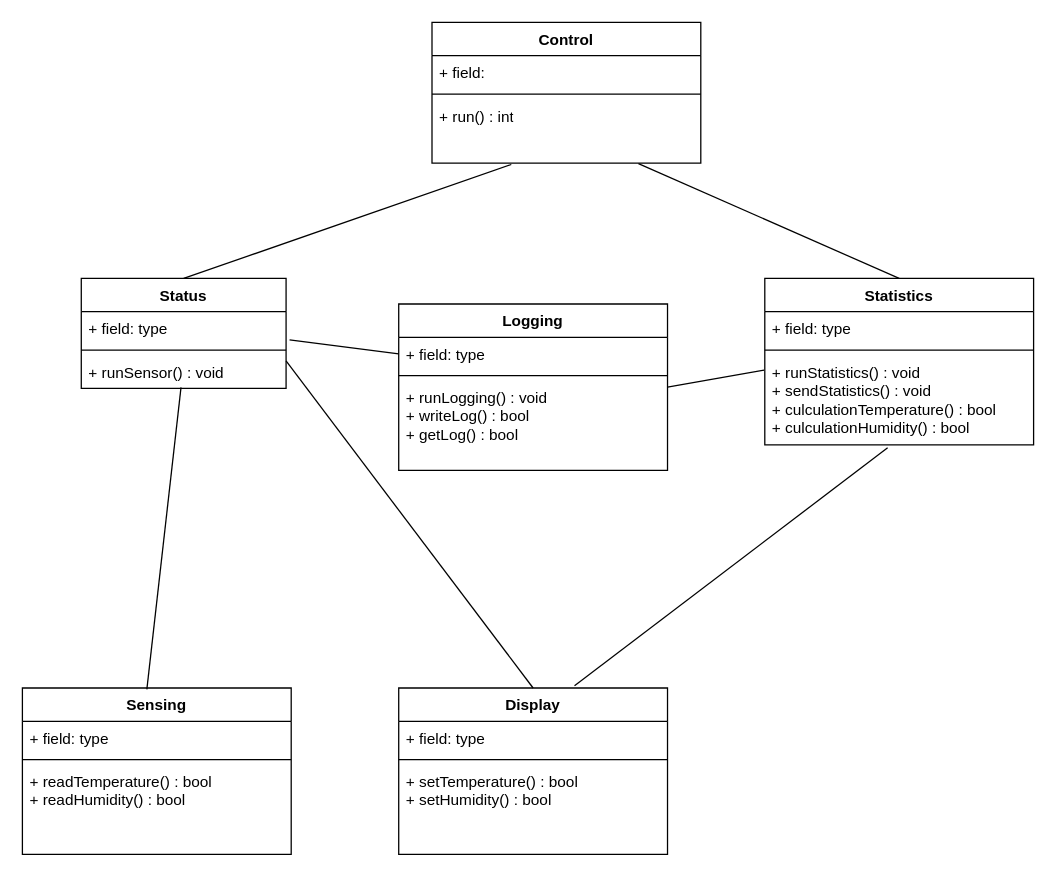
Above: CD.dio in harusaaan/TempLog (draw.io), before the change. Source tidied: cells renumbered, new cells numbered last; positions are measured from the earlier drawing's top-left corner, leaving out a move shared by most shapes. Both pictures are drawn from the tidied source at 128%, with x=0, y=0 at pixel (22, 22).
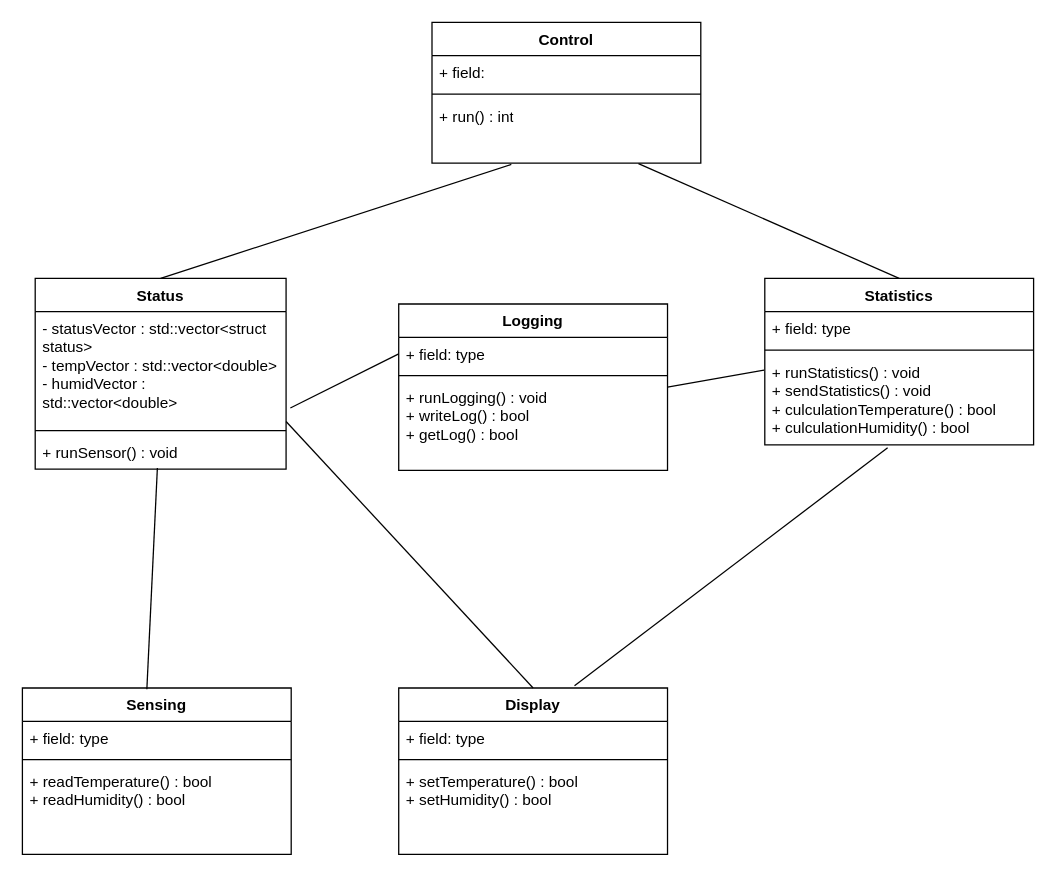
The same diagram, later.

Commit message (it also covers changes not shown here):
sensor_and_status

Diff of the diagram source:
```diff
@@
     <mxCell id="25" value="Status" style="swimlane;fontStyle=1;align=center;verticalAlign=top;horizontal=1;startSize=26;whiteSpace=wrap;html=1;" parent="1" vertex="1">
-      <mxGeometry x="46" y="200" width="160" height="86" as="geometry" />
+      <mxGeometry x="10" y="200" width="196" height="149" as="geometry" />
     </mxCell>
-    <mxCell id="26" value="+ field: type" style="text;strokeColor=none;fillColor=none;align=left;verticalAlign=top;spacingLeft=4;spacingRight=4;overflow=hidden;points=[[0,0.5],[1,0.5]];portConstraint=eastwest;whiteSpace=wrap;html=1;" parent="25" vertex="1">
-      <mxGeometry y="26" width="160" height="26" as="geometry" />
+    <mxCell id="26" value="&lt;div&gt;- statusVector : std::vector&amp;lt;struct status&amp;gt;&lt;/div&gt;- tempVector : std::vector&amp;lt;double&amp;gt;&lt;div&gt;- humidVector : std::vector&amp;lt;double&amp;gt;&lt;/div&gt;" style="text;strokeColor=none;fillColor=none;align=left;verticalAlign=top;spacingLeft=4;spacingRight=4;overflow=hidden;points=[[0,0.5],[1,0.5]];portConstraint=eastwest;whiteSpace=wrap;html=1;" parent="25" vertex="1">
+      <mxGeometry y="26" width="196" height="89" as="geometry" />
     </mxCell>
     <mxCell id="27" style="line;strokeWidth=1;fillColor=none;align=left;verticalAlign=middle;spacingTop=-1;spacingLeft=3;spacingRight=3;labelPosition=right;strokeColor=inherit;" parent="25" vertex="1">
-      <mxGeometry y="52" width="160" height="8" as="geometry" />
+      <mxGeometry y="115" width="196" height="8" as="geometry" />
     </mxCell>
     <mxCell id="28" value="+ runSensor() : void&lt;div&gt;&lt;div&gt;&lt;br&gt;&lt;/div&gt;&lt;/div&gt;" style="text;strokeColor=none;fillColor=none;align=left;verticalAlign=top;spacingLeft=4;spacingRight=4;overflow=hidden;points=[[0,0.5],[1,0.5]];portConstraint=eastwest;whiteSpace=wrap;html=1;" parent="25" vertex="1">
-      <mxGeometry y="60" width="160" height="26" as="geometry" />
+      <mxGeometry y="123" width="196" height="26" as="geometry" />
     </mxCell>
```
